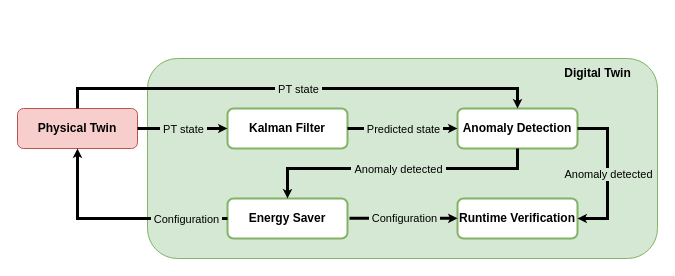
Above: images/incubator_anomaly_HL.drawio in mortenhaahr/2024.TutorialACSOSPaper.Morten (draw.io), before the change. Source tidied: cells renumbered, new cells numbered last; positions are measured from the earlier drawing's top-left corner, leaving out a move shared by most shapes. Both pictures are drawn from the tidied source at 100%, with x=0, y=0 at pixel (17, 58).
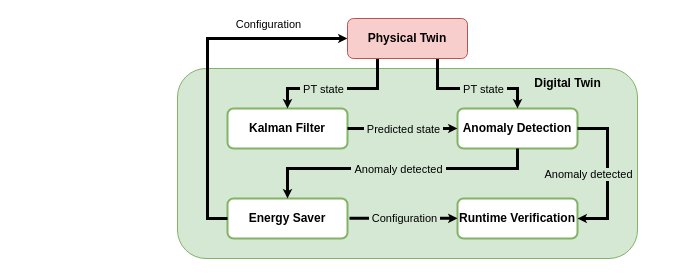
After the change.

The change refers to these unchanged cells:
```xml
<mxCell id="4" value="Kalman Filter" style="rounded=1;whiteSpace=wrap;html=1;fillColor=default;strokeColor=#82B366;strokeWidth=2;fontStyle=1;" parent="1" vertex="1">
  <mxGeometry x="210" y="50" width="120" height="40" as="geometry" />
</mxCell>
<mxCell id="7" value="Anomaly Detection" style="rounded=1;whiteSpace=wrap;html=1;fillColor=default;strokeColor=#82B366;strokeWidth=2;fontStyle=1;" parent="1" vertex="1">
  <mxGeometry x="440" y="50" width="120" height="40" as="geometry" />
</mxCell>
<mxCell id="8" value="Energy Saver" style="rounded=1;whiteSpace=wrap;html=1;fillColor=default;strokeColor=#82B366;strokeWidth=2;fontStyle=1;" parent="1" vertex="1">
  <mxGeometry x="210" y="140" width="120" height="40" as="geometry" />
</mxCell>
<mxCell id="12" style="endArrow=none;startArrow=classic;html=1;rounded=0;strokeWidth=3;startSize=0;jumpSize=0;endSize=0;endFill=0;entryX=1;entryY=0.5;entryDx=0;entryDy=0;edgeStyle=orthogonalEdgeStyle;exitX=1;exitY=0.5;exitDx=0;exitDy=0;" parent="1" edge="1" source="9" target="7">
  <mxGeometry relative="1" as="geometry">
    <Array as="points">
      <mxPoint x="590" y="160" />
      <mxPoint x="590" y="70" />
    </Array>
  </mxGeometry>
</mxCell>
```

Change to the diagram source:
```diff
@@
     <mxCell id="2" style="rounded=1;whiteSpace=wrap;html=1;fillColor=#d5e8d4;strokeColor=#82b366;" parent="1" vertex="1">
-      <mxGeometry x="130" width="510" height="200" as="geometry" />
+      <mxGeometry x="160" y="10" width="460" height="190" as="geometry" />
     </mxCell>
-    <mxCell id="3" value="Physical Twin" style="rounded=1;whiteSpace=wrap;html=1;fillColor=#f8cecc;strokeColor=#b85450;fontStyle=1;" parent="1" vertex="1">
-      <mxGeometry y="50" width="120" height="40" as="geometry" />
-    </mxCell>
@@
-    <mxCell id="5" style="endArrow=none;startArrow=classic;html=1;rounded=0;entryX=1;entryY=0.5;entryDx=0;entryDy=0;exitX=0;exitY=0.5;exitDx=0;exitDy=0;strokeWidth=3;startSize=0;jumpSize=0;endSize=0;endFill=0;" parent="1" edge="1" source="4" target="3">
-      <mxGeometry relative="1" as="geometry" />
+    <mxCell id="5" style="endArrow=none;startArrow=classic;html=1;rounded=0;exitX=0.5;exitY=0;exitDx=0;exitDy=0;strokeWidth=3;startSize=0;jumpSize=0;endSize=0;endFill=0;edgeStyle=orthogonalEdgeStyle;entryX=0.25;entryY=1;entryDx=0;entryDy=0;" parent="1" edge="1" source="4" target="3">
+      <mxGeometry relative="1" as="geometry">
+        <Array as="points">
+          <mxPoint x="270" y="30" />
+          <mxPoint x="360" y="30" />
+        </Array>
+      </mxGeometry>
     </mxCell>
     <mxCell id="6" value="&amp;nbsp;PT state&amp;nbsp;" style="edgeLabel;html=1;align=center;verticalAlign=middle;labelBackgroundColor=#D5E8D4;fontStyle=0;" parent="5" vertex="1">
-      <mxGeometry relative="1" as="geometry" />
+      <mxGeometry relative="1" as="geometry">
+        <mxPoint x="-15" as="offset" />
+      </mxGeometry>
     </mxCell>
@@
     <mxCell id="13" value="Anomaly detected" style="edgeLabel;html=1;align=center;verticalAlign=middle;labelBackgroundColor=#D5E8D4;fontStyle=0;" parent="12" vertex="1">
-      <mxGeometry relative="1" as="geometry" />
+      <mxGeometry relative="1" as="geometry">
+        <mxPoint x="-20" as="offset" />
+      </mxGeometry>
     </mxCell>
@@
-    <mxCell id="16" style="endArrow=none;startArrow=classic;html=1;rounded=0;entryX=0;entryY=0.5;entryDx=0;entryDy=0;exitX=0.5;exitY=1;exitDx=0;exitDy=0;strokeWidth=3;startSize=0;jumpSize=0;endSize=0;endFill=0;edgeStyle=orthogonalEdgeStyle;" parent="1" edge="1" source="3" target="8">
-      <mxGeometry relative="1" as="geometry" />
+    <mxCell id="16" style="endArrow=none;startArrow=classic;html=1;rounded=0;entryX=0;entryY=0.5;entryDx=0;entryDy=0;exitX=0;exitY=0.5;exitDx=0;exitDy=0;strokeWidth=3;startSize=0;jumpSize=0;endSize=0;endFill=0;edgeStyle=orthogonalEdgeStyle;" parent="1" edge="1" source="3" target="8">
+      <mxGeometry relative="1" as="geometry">
+        <Array as="points">
+          <mxPoint x="190" y="-20" />
+          <mxPoint x="190" y="160" />
+        </Array>
+      </mxGeometry>
     </mxCell>
-    <mxCell id="17" value="&amp;nbsp;Configuration&amp;nbsp;" style="edgeLabel;html=1;align=center;verticalAlign=middle;labelBackgroundColor=#D5E8D4;fontStyle=0;" parent="16" vertex="1">
+    <mxCell id="17" value="&amp;nbsp;Configuration&amp;nbsp;" style="edgeLabel;html=1;align=center;verticalAlign=middle;labelBackgroundColor=#FFFFFF;fontStyle=0;" parent="16" vertex="1">
       <mxGeometry relative="1" as="geometry">
-        <mxPoint x="68" as="offset" />
+        <mxPoint x="60" y="-45" as="offset" />
       </mxGeometry>
     </mxCell>
@@
-    <mxCell id="20" style="endArrow=none;startArrow=classic;html=1;rounded=0;entryX=0.5;entryY=0;entryDx=0;entryDy=0;strokeWidth=3;startSize=0;jumpSize=0;endSize=0;endFill=0;edgeStyle=orthogonalEdgeStyle;exitX=0.5;exitY=0;exitDx=0;exitDy=0;" parent="1" edge="1" source="7" target="3">
+    <mxCell id="20" style="endArrow=none;startArrow=classic;html=1;rounded=0;strokeWidth=3;startSize=0;jumpSize=0;endSize=0;endFill=0;edgeStyle=orthogonalEdgeStyle;exitX=0.5;exitY=0;exitDx=0;exitDy=0;entryX=0.75;entryY=1;entryDx=0;entryDy=0;" parent="1" edge="1" source="7" target="3">
       <mxGeometry relative="1" as="geometry">
         <Array as="points">
           <mxPoint x="500" y="30" />
-          <mxPoint x="60" y="30" />
+          <mxPoint x="420" y="30" />
         </Array>
       </mxGeometry>
     </mxCell>
     <mxCell id="21" value="&amp;nbsp;PT state&amp;nbsp;" style="edgeLabel;html=1;align=center;verticalAlign=middle;labelBackgroundColor=#D5E8D4;fontStyle=0;" parent="20" vertex="1">
-      <mxGeometry relative="1" as="geometry" />
+      <mxGeometry relative="1" as="geometry">
+        <mxPoint x="10" as="offset" />
+      </mxGeometry>
     </mxCell>
     <mxCell id="22" value="Digital Twin" style="text;html=1;align=center;verticalAlign=middle;strokeColor=none;fillColor=none;fontStyle=1;" parent="1" vertex="1">
-      <mxGeometry x="540" width="80" height="30" as="geometry" />
+      <mxGeometry x="510" y="10" width="80" height="30" as="geometry" />
     </mxCell>
+    <mxCell id="3" value="Physical Twin" style="rounded=1;whiteSpace=wrap;html=1;fillColor=#f8cecc;strokeColor=#b85450;fontStyle=1;" parent="1" vertex="1">
+      <mxGeometry x="330" y="-40" width="120" height="40" as="geometry" />
+    </mxCell>
```
